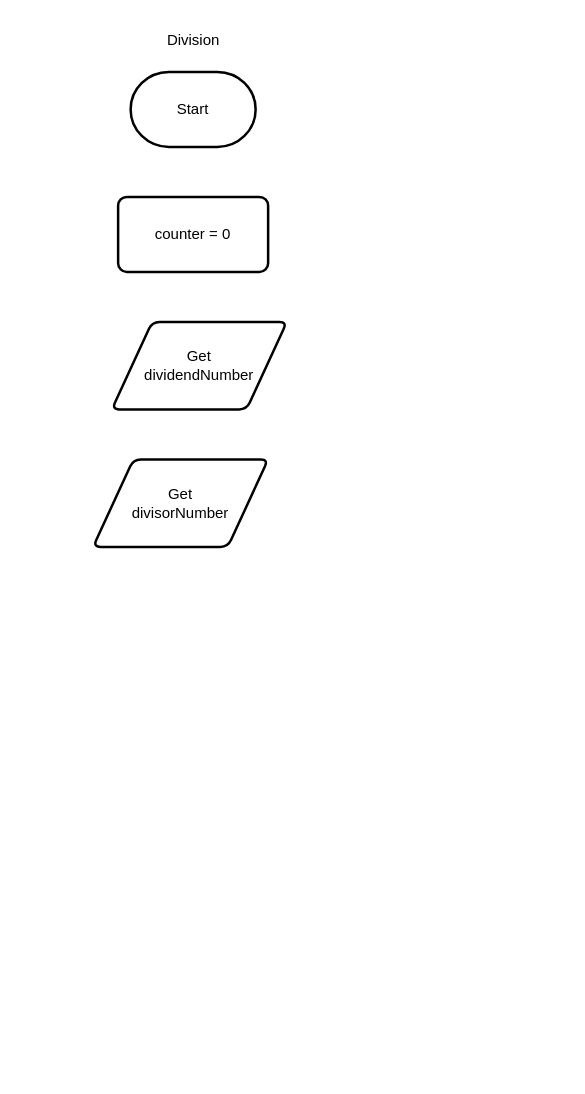
MTHS-ICD2O-1-2024/ICD2O-Unit-5-08-Ain-Jeong keeps this draw.io diagram as design/flowchart.drawio. Above is the earlier version. Source tidied: cells renumbered, new cells numbered last; positions are measured from the earlier drawing's top-left corner, leaving out a move shared by most shapes. Both pictures are drawn from the tidied source at 125%, with x=0, y=0 at pixel (92, 21).
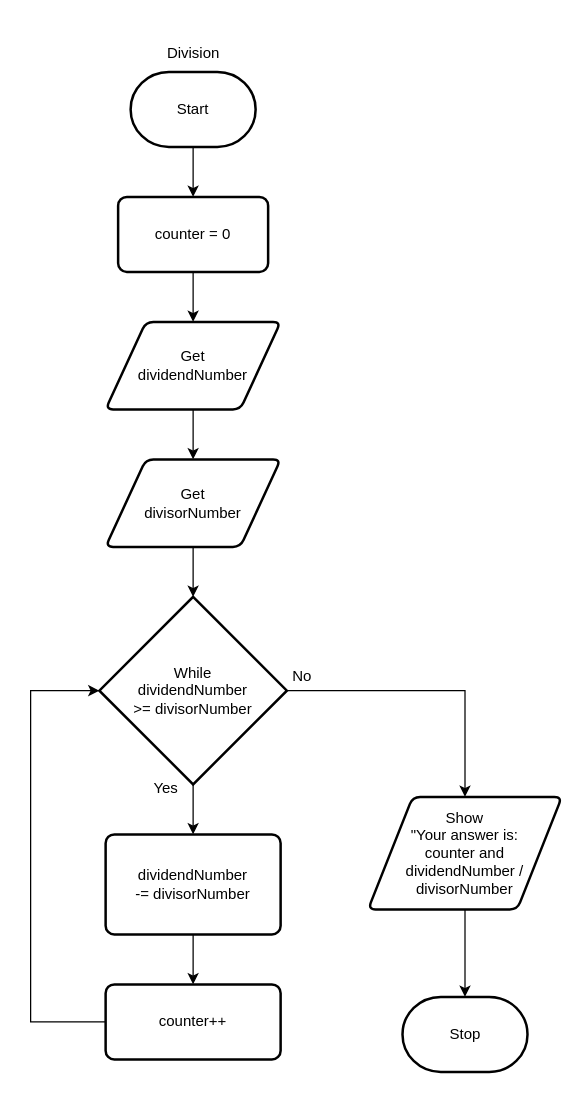
Above is the later version.

Unchanged cells that the change refers to:
```xml
<mxCell id="2" value="Start" style="strokeWidth=2;html=1;shape=mxgraph.flowchart.terminator;whiteSpace=wrap;" parent="1" vertex="1">
  <mxGeometry x="30" y="40" width="100" height="60" as="geometry" />
</mxCell>
<mxCell id="4" value="counter = 0" style="rounded=1;whiteSpace=wrap;html=1;absoluteArcSize=1;arcSize=14;strokeWidth=2;" parent="1" vertex="1">
  <mxGeometry x="20" y="140" width="120" height="60" as="geometry" />
</mxCell>
```

What changed in the source:
```diff
@@
+    <mxCell id="7" style="edgeStyle=none;html=1;entryX=0.5;entryY=0;entryDx=0;entryDy=0;" parent="1" edge="1" source="2" target="4">
+      <mxGeometry relative="1" as="geometry" />
+    </mxCell>
@@
     <mxCell id="3" value="Division" style="text;html=1;align=center;verticalAlign=middle;strokeColor=none;fillColor=none;" parent="1" vertex="1">
-      <mxGeometry x="45" width="70" height="30" as="geometry" />
+      <mxGeometry x="45" y="10" width="70" height="30" as="geometry" />
     </mxCell>
+    <mxCell id="8" style="edgeStyle=none;html=1;entryX=0.5;entryY=0;entryDx=0;entryDy=0;" parent="1" edge="1" source="4" target="5">
+      <mxGeometry relative="1" as="geometry" />
+    </mxCell>
@@
+    <mxCell id="9" style="edgeStyle=none;html=1;entryX=0.5;entryY=0;entryDx=0;entryDy=0;" parent="1" edge="1" source="5" target="6">
+      <mxGeometry relative="1" as="geometry" />
+    </mxCell>
     <mxCell id="5" value="Get&lt;div&gt;dividendNumber&lt;/div&gt;" style="shape=parallelogram;html=1;strokeWidth=2;perimeter=parallelogramPerimeter;whiteSpace=wrap;rounded=1;arcSize=12;size=0.23;" parent="1" vertex="1">
-      <mxGeometry x="15" y="240" width="140" height="70" as="geometry" />
+      <mxGeometry x="10" y="240" width="140" height="70" as="geometry" />
     </mxCell>
     <mxCell id="6" value="Get&lt;div&gt;divisorNumber&lt;/div&gt;" style="shape=parallelogram;html=1;strokeWidth=2;perimeter=parallelogramPerimeter;whiteSpace=wrap;rounded=1;arcSize=12;size=0.23;" parent="1" vertex="1">
-      <mxGeometry y="350" width="140" height="70" as="geometry" />
+      <mxGeometry x="10" y="350" width="140" height="70" as="geometry" />
     </mxCell>
+    <mxCell id="10" style="edgeStyle=none;html=1;entryX=0.5;entryY=0;entryDx=0;entryDy=0;" parent="1" edge="1" source="12" target="14">
+      <mxGeometry relative="1" as="geometry" />
+    </mxCell>
+    <mxCell id="11" style="edgeStyle=orthogonalEdgeStyle;html=1;entryX=0.5;entryY=0;entryDx=0;entryDy=0;rounded=0;" parent="1" edge="1" source="12" target="16">
+      <mxGeometry relative="1" as="geometry" />
+    </mxCell>
+    <mxCell id="12" value="While&lt;div&gt;dividendNumber&lt;/div&gt;&lt;div&gt;&amp;gt;= divisorNumber&lt;/div&gt;" style="strokeWidth=2;html=1;shape=mxgraph.flowchart.decision;whiteSpace=wrap;" parent="1" vertex="1">
+      <mxGeometry x="5" y="460" width="150" height="150" as="geometry" />
+    </mxCell>
+    <mxCell id="13" style="edgeStyle=none;html=1;" parent="1" edge="1" source="14" target="15">
+      <mxGeometry relative="1" as="geometry" />
+    </mxCell>
+    <mxCell id="14" value="dividendNumber&lt;div&gt;-= divisorNumber&lt;/div&gt;" style="rounded=1;whiteSpace=wrap;html=1;absoluteArcSize=1;arcSize=14;strokeWidth=2;" parent="1" vertex="1">
+      <mxGeometry x="10" y="650" width="140" height="80" as="geometry" />
+    </mxCell>
+    <mxCell id="15" value="counter++" style="rounded=1;whiteSpace=wrap;html=1;absoluteArcSize=1;arcSize=14;strokeWidth=2;" parent="1" vertex="1">
+      <mxGeometry x="10" y="770" width="140" height="60" as="geometry" />
+    </mxCell>
+    <mxCell id="16" value="Show&lt;div&gt;&quot;Your answer is:&lt;/div&gt;&lt;div&gt;counter and dividendNumber / divisorNumber&lt;/div&gt;" style="shape=parallelogram;html=1;strokeWidth=2;perimeter=parallelogramPerimeter;whiteSpace=wrap;rounded=1;arcSize=12;size=0.23;" parent="1" vertex="1">
+      <mxGeometry x="220" y="620" width="155" height="90" as="geometry" />
+    </mxCell>
+    <mxCell id="17" value="Stop" style="strokeWidth=2;html=1;shape=mxgraph.flowchart.terminator;whiteSpace=wrap;" parent="1" vertex="1">
+      <mxGeometry x="247.5" y="780" width="100" height="60" as="geometry" />
+    </mxCell>
+    <mxCell id="18" style="edgeStyle=none;html=1;entryX=0.5;entryY=0;entryDx=0;entryDy=0;entryPerimeter=0;" parent="1" edge="1" source="6" target="12">
+      <mxGeometry relative="1" as="geometry" />
+    </mxCell>
+    <mxCell id="19" style="edgeStyle=orthogonalEdgeStyle;html=1;entryX=0;entryY=0.5;entryDx=0;entryDy=0;entryPerimeter=0;rounded=0;curved=0;" parent="1" edge="1" source="15" target="12">
+      <mxGeometry relative="1" as="geometry">
+        <Array as="points">
+          <mxPoint x="-50" y="800" />
+          <mxPoint x="-50" y="535" />
+        </Array>
+      </mxGeometry>
+    </mxCell>
+    <mxCell id="20" style="edgeStyle=none;html=1;entryX=0.5;entryY=0;entryDx=0;entryDy=0;entryPerimeter=0;" parent="1" edge="1" source="16" target="17">
+      <mxGeometry relative="1" as="geometry" />
+    </mxCell>
+    <mxCell id="21" value="Yes" style="text;html=1;align=center;verticalAlign=middle;strokeColor=none;fillColor=none;" parent="1" vertex="1">
+      <mxGeometry x="38" y="598" width="40" height="30" as="geometry" />
+    </mxCell>
+    <mxCell id="22" value="No" style="text;html=1;align=center;verticalAlign=middle;strokeColor=none;fillColor=none;" parent="1" vertex="1">
+      <mxGeometry x="147" y="509" width="40" height="30" as="geometry" />
+    </mxCell>
```
